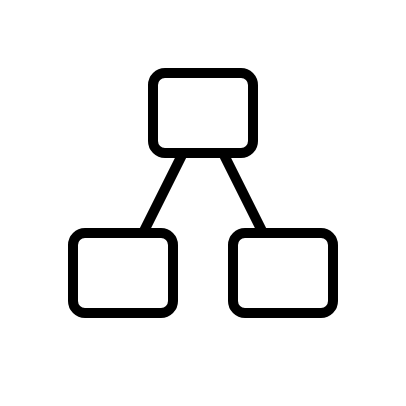
Earlier version of the draw.io diagram Diagramme sans nom.drawio (valouG/TestDrawIo). Source tidied: cells renumbered, new cells numbered last; positions are measured from the earlier drawing's top-left corner, leaving out a move shared by most shapes. Both pictures are drawn from the tidied source at 200%, with x=0, y=0 at pixel (72, 72).
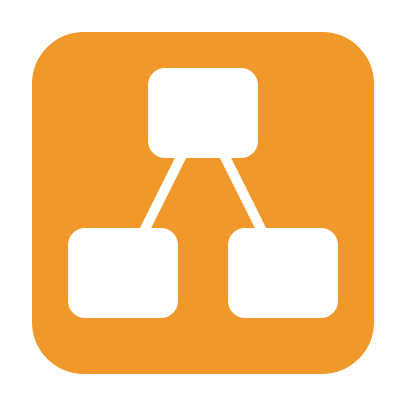
After the change.

Commit message:
Mettre à jour Diagramme sans nom.drawio

Change to the diagram source:
```diff
@@
 <mxGraphModel>
   <root>
     <mxCell id="0" />
     <mxCell id="1" parent="0" />
+    <mxCell id="7" style="rounded=1;whiteSpace=wrap;html=1;fillColor=#f0982a;strokeColor=#f0982a;" parent="1" vertex="1">
+      <mxGeometry x="-20" y="-20" width="170" height="170" as="geometry" />
+    </mxCell>
-    <mxCell id="2" style="rounded=1;whiteSpace=wrap;html=1;strokeWidth=5;" parent="1" vertex="1">
+    <mxCell id="2" style="rounded=1;whiteSpace=wrap;html=1;strokeWidth=5;strokeColor=#FFFFFF;" parent="1" vertex="1">
       <mxGeometry x="40" width="50" height="40" as="geometry" />
     </mxCell>
-    <mxCell id="3" style="rounded=0;jettySize=auto;html=1;endArrow=none;endFill=0;strokeWidth=5;" parent="1" edge="1" source="4" target="2">
+    <mxCell id="3" style="rounded=0;jettySize=auto;html=1;endArrow=none;endFill=0;strokeWidth=5;strokeColor=#FFFFFF;" parent="1" edge="1" source="4" target="2">
       <mxGeometry relative="1" as="geometry" />
     </mxCell>
-    <mxCell id="4" style="rounded=1;whiteSpace=wrap;html=1;strokeWidth=5;" parent="1" vertex="1">
+    <mxCell id="4" style="rounded=1;whiteSpace=wrap;html=1;strokeWidth=5;strokeColor=#FFFFFF;" parent="1" vertex="1">
       <mxGeometry y="80" width="50" height="40" as="geometry" />
     </mxCell>
-    <mxCell id="5" style="rounded=1;whiteSpace=wrap;html=1;strokeWidth=5;" parent="1" vertex="1">
+    <mxCell id="5" style="rounded=1;whiteSpace=wrap;html=1;strokeWidth=5;strokeColor=#FFFFFF;" parent="1" vertex="1">
       <mxGeometry x="80" y="80" width="50" height="40" as="geometry" />
     </mxCell>
-    <mxCell id="6" style="rounded=0;jettySize=auto;html=1;endArrow=none;endFill=0;strokeWidth=5;" parent="1" edge="1" source="5" target="2">
+    <mxCell id="6" style="rounded=0;jettySize=auto;html=1;endArrow=none;endFill=0;strokeWidth=5;strokeColor=#FFFFFF;" parent="1" edge="1" source="5" target="2">
       <mxGeometry relative="1" as="geometry" />
     </mxCell>
   </root>
 </mxGraphModel>
```
